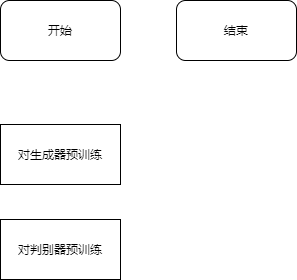
Above: seagan-d.drawio.png in lakomi/pictures (draw.io), before the change. Source tidied: cells renumbered, new cells last; positions are measured from the earlier drawing's top-left corner, leaving out a move shared by most shapes.
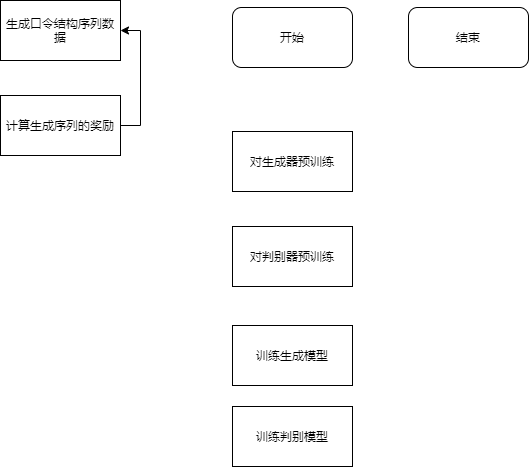
The same diagram one commit later.

What changed in the source:
```diff
@@ -14,5 +14,20 @@
     <mxCell id="5" value="对判别器预训练" style="rounded=0;whiteSpace=wrap;html=1;" parent="1" vertex="1">
       <mxGeometry y="219" width="120" height="60" as="geometry" />
     </mxCell>
+    <mxCell id="6" value="生成口令结构序列数据" style="rounded=0;whiteSpace=wrap;html=1;" parent="1" vertex="1">
+      <mxGeometry x="-232" y="-7" width="120" height="60" as="geometry" />
+    </mxCell>
+    <mxCell id="7" style="edgeStyle=orthogonalEdgeStyle;rounded=0;jettySize=auto;html=1;exitX=1;exitY=0.5;exitDx=0;exitDy=0;entryX=1;entryY=0.5;entryDx=0;entryDy=0;" parent="1" edge="1" source="8" target="6">
+      <mxGeometry relative="1" as="geometry" />
+    </mxCell>
+    <mxCell id="8" value="计算生成序列的奖励" style="rounded=0;whiteSpace=wrap;html=1;" parent="1" vertex="1">
+      <mxGeometry x="-232" y="88" width="120" height="60" as="geometry" />
+    </mxCell>
+    <mxCell id="9" value="训练生成模型" style="rounded=0;whiteSpace=wrap;html=1;" parent="1" vertex="1">
+      <mxGeometry y="318" width="120" height="60" as="geometry" />
+    </mxCell>
+    <mxCell id="10" value="训练判别模型" style="rounded=0;whiteSpace=wrap;html=1;" parent="1" vertex="1">
+      <mxGeometry y="399" width="120" height="60" as="geometry" />
+    </mxCell>
   </root>
 </mxGraphModel>
```
